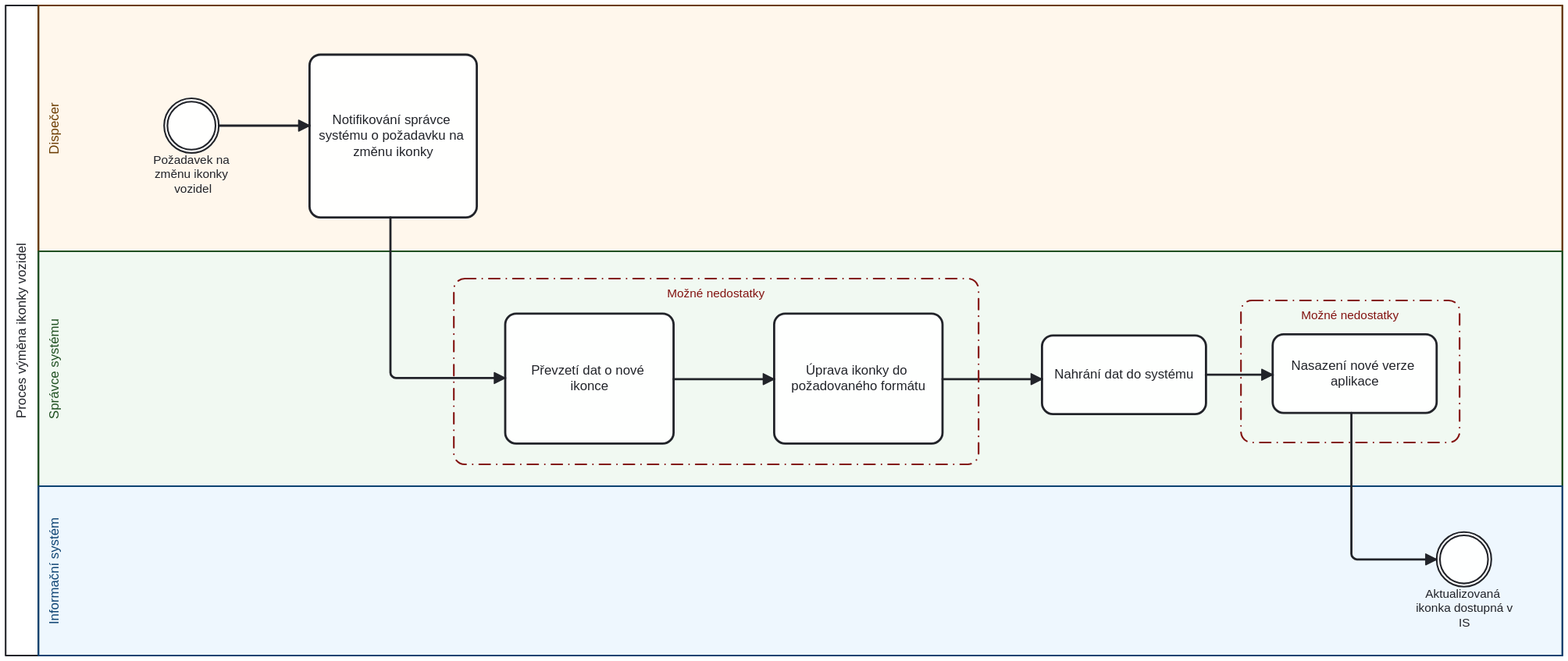
StrangerTwo/bachelor-thesis keeps this BPMN diagram as images/Pr3 Výměna ikonky vozidel.svg. Above is the earlier version. Its source is kept beside it as images/Pr3 Výměna ikonky vozidel.bpmn. Ids are renumbered. Source of this version:
```xml
<definitions xmlns="http://www.omg.org/spec/BPMN/20100524/MODEL" xmlns:bpmndi="http://www.omg.org/spec/BPMN/20100524/DI" xmlns:di="http://www.omg.org/spec/DD/20100524/DI" xmlns:dc="http://www.omg.org/spec/DD/20100524/DC" xmlns:bioc="http://bpmn.io/schema/bpmn/biocolor/1.0" xmlns:color="http://www.omg.org/spec/BPMN/non-normative/color/1.0" id="Definitions_Online_Order_Fulfillment" targetNamespace="http://example.com/bpmn" exporter="bpmn-js (https://demo.bpmn.io)" exporterVersion="18.12.0">
  <message id="Message_Online_Order_Fulfillment" name="Online Order Fulfillment" />
  <collaboration id="Collaboration_Online_Order_Fulfillment">
    <participant id="Participant_Proces_aktualizace_dat_j_zdn_ch___d_" name="Proces výměna ikonky vozidel" processRef="Process_Proces_aktualizace_dat_j_zdn_ch___d_" />
    <group id="Group_n1" categoryValueRef="CategoryValue_n2" />
    <group id="Group_n3" categoryValueRef="CategoryValue_n4" />
  </collaboration>
  <process id="Process_Proces_aktualizace_dat_j_zdn_ch___d_" isExecutable="true">
    <laneSet id="LaneSet_Proces_aktualizace_dat_j_zdn_ch___d_">
      <lane id="Lane_Dopravce" name="Dispečer">
        <flowNodeRef>Informov_n__spr_vce_syst_mu_o_zm_n__j_zdn_ch___d_</flowNodeRef>
        <flowNodeRef>Zm_na_j_zdn_ho___du</flowNodeRef>
      </lane>
      <lane id="Lane_Spr_vce_syst_mu" name="Správce systému">
        <flowNodeRef>P_evzet__informace_o_zm_n__j_zdn_ho___du</flowNodeRef>
        <flowNodeRef>Activity_n5</flowNodeRef>
        <flowNodeRef>Nahr_n__dat_do_syst_mu</flowNodeRef>
        <flowNodeRef>Nasazen__nov__verze_aplikace</flowNodeRef>
      </lane>
      <lane id="Lane_Informa_n__syst_m" name="Informační systém">
        <flowNodeRef>Aktualizovan__data_j_zdn_ch___d__dostupn__v_IS</flowNodeRef>
      </lane>
    </laneSet>
    <sequenceFlow id="Flow_rel-Zm_na_j_zdn_ho___du-Informov_n__spr_vce_syst_mu_o_zm_n__j_zdn_ch___d_-forward" sourceRef="Zm_na_j_zdn_ho___du" targetRef="Informov_n__spr_vce_syst_mu_o_zm_n__j_zdn_ch___d_" />
    <sequenceFlow id="Flow_rel-Informov_n__spr_vce_syst_mu_o_zm_n__j_zdn_ch___d_-P_evzet__informace_o_zm_n__j_zdn_ho___du-forward" sourceRef="Informov_n__spr_vce_syst_mu_o_zm_n__j_zdn_ch___d_" targetRef="P_evzet__informace_o_zm_n__j_zdn_ho___du" />
    <sequenceFlow id="Flow_rel-Nahr_n__dat_do_syst_mu-Nasazen__nov__verze_aplikace-forward" sourceRef="Nahr_n__dat_do_syst_mu" targetRef="Nasazen__nov__verze_aplikace" />
    <sequenceFlow id="Flow_rel-Nasazen__nov__verze_aplikace-Aktualizovan__data_j_zdn_ch___d__dostupn__v_IS-forward" sourceRef="Nasazen__nov__verze_aplikace" targetRef="Aktualizovan__data_j_zdn_ch___d__dostupn__v_IS" />
    <task id="Informov_n__spr_vce_syst_mu_o_zm_n__j_zdn_ch___d_" name="Notifikování správce systému o požadavku na změnu ikonky" />
    <sequenceFlow id="Flow_n6" sourceRef="P_evzet__informace_o_zm_n__j_zdn_ho___du" targetRef="Activity_n5" />
    <sequenceFlow id="Flow_n7" sourceRef="Activity_n5" targetRef="Nahr_n__dat_do_syst_mu" />
    <task id="P_evzet__informace_o_zm_n__j_zdn_ho___du" name="Převzetí dat o nové ikonce">
      <outgoing>Flow_n6</outgoing>
    </task>
    <task id="Activity_n5" name="Úprava ikonky do požadovaného formátu">
      <incoming>Flow_n6</incoming>
      <outgoing>Flow_n7</outgoing>
    </task>
    <task id="Nahr_n__dat_do_syst_mu" name="Nahrání dat do systému">
      <incoming>Flow_n7</incoming>
    </task>
    <task id="Nasazen__nov__verze_aplikace" name="Nasazení nové verze aplikace" />
    <intermediateCatchEvent id="Aktualizovan__data_j_zdn_ch___d__dostupn__v_IS" name="Aktualizovaná ikonka dostupná v IS" />
    <intermediateCatchEvent id="Zm_na_j_zdn_ho___du" name="Požadavek na změnu ikonky vozidel" />
  </process>
  <category id="Category_n8">
    <categoryValue id="CategoryValue_n2" value="Možné nedostatky" />
  </category>
  <category id="Category_n9">
    <categoryValue id="CategoryValue_n4" value="Možné nedostatky" />
  </category>
  <bpmndi:BPMNDiagram id="BPMNDiagram_1">
    <bpmndi:BPMNPlane id="BPMNPlane_1" bpmnElement="Collaboration_Online_Order_Fulfillment">
      <bpmndi:BPMNShape id="Participant_Proces_aktualizace_dat_j_zdn_ch___d__di" bpmnElement="Participant_Proces_aktualizace_dat_j_zdn_ch___d_" isHorizontal="true">
        <dc:Bounds x="130" y="60" width="1424" height="595" />
        <bpmndi:BPMNLabel />
      </bpmndi:BPMNShape>
      <bpmndi:BPMNShape id="LaneShape_Dopravce" bpmnElement="Lane_Dopravce" isHorizontal="true" bioc:stroke="#6b3c00" bioc:fill="#ffe0b2" color:background-color="#ffe0b2" color:border-color="#6b3c00">
        <dc:Bounds x="160" y="60" width="1394" height="225" />
        <bpmndi:BPMNLabel />
      </bpmndi:BPMNShape>
      <bpmndi:BPMNShape id="LaneShape_Spr_vce_syst_mu" bpmnElement="Lane_Spr_vce_syst_mu" isHorizontal="true" bioc:stroke="#205022" bioc:fill="#c8e6c9" color:background-color="#c8e6c9" color:border-color="#205022">
        <dc:Bounds x="160" y="285" width="1394" height="215" />
      </bpmndi:BPMNShape>
      <bpmndi:BPMNShape id="LaneShape_Informa_n__syst_m" bpmnElement="Lane_Informa_n__syst_m" isHorizontal="true" bioc:stroke="#0d4372" bioc:fill="#bbdefb" color:background-color="#bbdefb" color:border-color="#0d4372">
        <dc:Bounds x="160" y="500" width="1394" height="155" />
      </bpmndi:BPMNShape>
      <bpmndi:BPMNShape id="Shape_Informov_n__spr_vce_syst_mu_o_zm_n__j_zdn_ch___d_" bpmnElement="Informov_n__spr_vce_syst_mu_o_zm_n__j_zdn_ch___d_">
        <dc:Bounds x="408" y="105" width="153" height="149" />
        <bpmndi:BPMNLabel />
      </bpmndi:BPMNShape>
      <bpmndi:BPMNShape id="Shape_P_evzet__informace_o_zm_n__j_zdn_ho___du" bpmnElement="P_evzet__informace_o_zm_n__j_zdn_ho___du">
        <dc:Bounds x="587" y="342" width="154" height="119" />
        <bpmndi:BPMNLabel />
      </bpmndi:BPMNShape>
      <bpmndi:BPMNShape id="BPMNShape_n10" bpmnElement="Activity_n5">
        <dc:Bounds x="833" y="342" width="154" height="119" />
        <bpmndi:BPMNLabel />
      </bpmndi:BPMNShape>
      <bpmndi:BPMNShape id="Shape_Nahr_n__dat_do_syst_mu" bpmnElement="Nahr_n__dat_do_syst_mu">
        <dc:Bounds x="1078" y="362" width="150" height="72" />
      </bpmndi:BPMNShape>
      <bpmndi:BPMNShape id="Shape_Nasazen__nov__verze_aplikace" bpmnElement="Nasazen__nov__verze_aplikace">
        <dc:Bounds x="1289" y="361" width="150" height="72" />
      </bpmndi:BPMNShape>
      <bpmndi:BPMNShape id="Shape_Aktualizovan__data_j_zdn_ch___d__dostupn__v_IS" bpmnElement="Aktualizovan__data_j_zdn_ch___d__dostupn__v_IS">
        <dc:Bounds x="1439" y="542" width="50" height="50" />
        <bpmndi:BPMNLabel>
          <dc:Bounds x="1420" y="592" width="89" height="40" />
        </bpmndi:BPMNLabel>
      </bpmndi:BPMNShape>
      <bpmndi:BPMNShape id="Shape_Zm_na_j_zdn_ho___du" bpmnElement="Zm_na_j_zdn_ho___du">
        <dc:Bounds x="275" y="145" width="50" height="50" />
        <bpmndi:BPMNLabel>
          <dc:Bounds x="265" y="195" width="73" height="40" />
        </bpmndi:BPMNLabel>
      </bpmndi:BPMNShape>
      <bpmndi:BPMNEdge id="Edge_Flow_rel-Zm_na_j_zdn_ho___du-Informov_n__spr_vce_syst_mu_o_zm_n__j_zdn_ch___d_-forward" bpmnElement="Flow_rel-Zm_na_j_zdn_ho___du-Informov_n__spr_vce_syst_mu_o_zm_n__j_zdn_ch___d_-forward">
        <di:waypoint x="325" y="170" />
        <di:waypoint x="408" y="170" />
      </bpmndi:BPMNEdge>
      <bpmndi:BPMNEdge id="Edge_Flow_rel-Informov_n__spr_vce_syst_mu_o_zm_n__j_zdn_ch___d_-P_evzet__informace_o_zm_n__j_zdn_ho___du-forward" bpmnElement="Flow_rel-Informov_n__spr_vce_syst_mu_o_zm_n__j_zdn_ch___d_-P_evzet__informace_o_zm_n__j_zdn_ho___du-forward">
        <di:waypoint x="482" y="254" />
        <di:waypoint x="482" y="401" />
        <di:waypoint x="587" y="401" />
      </bpmndi:BPMNEdge>
      <bpmndi:BPMNEdge id="Edge_Flow_rel-Nahr_n__dat_do_syst_mu-Nasazen__nov__verze_aplikace-forward" bpmnElement="Flow_rel-Nahr_n__dat_do_syst_mu-Nasazen__nov__verze_aplikace-forward">
        <di:waypoint x="1228" y="398" />
        <di:waypoint x="1289" y="398" />
      </bpmndi:BPMNEdge>
      <bpmndi:BPMNEdge id="Edge_Flow_rel-Nasazen__nov__verze_aplikace-Aktualizovan__data_j_zdn_ch___d__dostupn__v_IS-forward" bpmnElement="Flow_rel-Nasazen__nov__verze_aplikace-Aktualizovan__data_j_zdn_ch___d__dostupn__v_IS-forward">
        <di:waypoint x="1361" y="433" />
        <di:waypoint x="1361" y="567" />
        <di:waypoint x="1439" y="567" />
      </bpmndi:BPMNEdge>
      <bpmndi:BPMNEdge id="Flow_n6_di" bpmnElement="Flow_n6">
        <di:waypoint x="741" y="402" />
        <di:waypoint x="833" y="402" />
      </bpmndi:BPMNEdge>
      <bpmndi:BPMNEdge id="Flow_n7_di" bpmnElement="Flow_n7">
        <di:waypoint x="987" y="402" />
        <di:waypoint x="1078" y="402" />
      </bpmndi:BPMNEdge>
      <bpmndi:BPMNShape id="BPMNShape_n11" bpmnElement="Group_n3" bioc:stroke="#831311" bioc:fill="#ffcdd2" color:background-color="#ffcdd2" color:border-color="#831311">
        <dc:Bounds x="540" y="310" width="480" height="170" />
        <bpmndi:BPMNLabel>
          <dc:Bounds x="735" y="317" width="90" height="14" />
        </bpmndi:BPMNLabel>
      </bpmndi:BPMNShape>
      <bpmndi:BPMNShape id="Group_n1_di" bpmnElement="Group_n1" bioc:stroke="#831311" bioc:fill="#ffcdd2" color:background-color="#ffcdd2" color:border-color="#831311">
        <dc:Bounds x="1260" y="330" width="200" height="130" />
        <bpmndi:BPMNLabel>
          <dc:Bounds x="1315" y="337" width="90" height="14" />
        </bpmndi:BPMNLabel>
      </bpmndi:BPMNShape>
    </bpmndi:BPMNPlane>
  </bpmndi:BPMNDiagram>
</definitions>
```
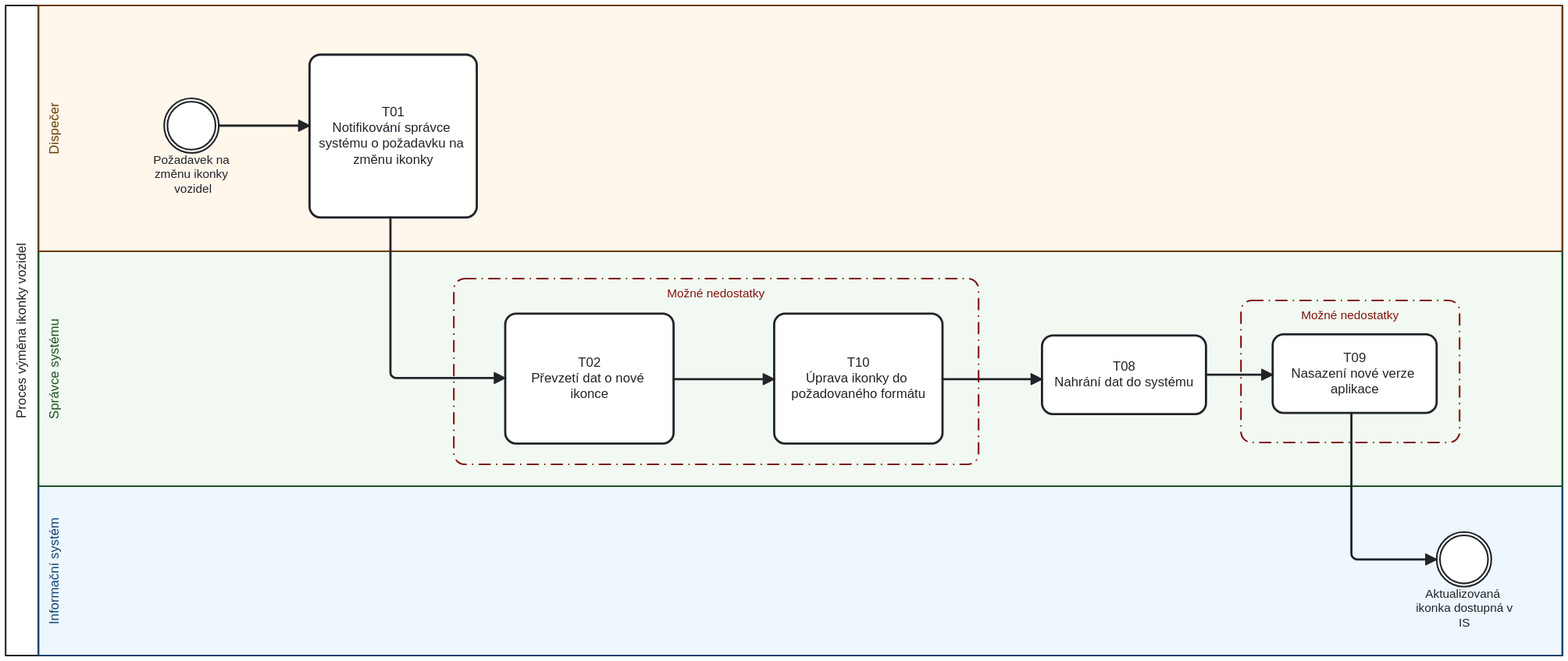
The same diagram one commit later.

What changed in the source:
```diff
@@ -1,4 +1,4 @@
-<definitions xmlns="http://www.omg.org/spec/BPMN/20100524/MODEL" xmlns:bpmndi="http://www.omg.org/spec/BPMN/20100524/DI" xmlns:di="http://www.omg.org/spec/DD/20100524/DI" xmlns:dc="http://www.omg.org/spec/DD/20100524/DC" xmlns:bioc="http://bpmn.io/schema/bpmn/biocolor/1.0" xmlns:color="http://www.omg.org/spec/BPMN/non-normative/color/1.0" id="Definitions_Online_Order_Fulfillment" targetNamespace="http://example.com/bpmn" exporter="bpmn-js (https://demo.bpmn.io)" exporterVersion="18.12.0">
+<definitions xmlns="http://www.omg.org/spec/BPMN/20100524/MODEL" xmlns:bpmndi="http://www.omg.org/spec/BPMN/20100524/DI" xmlns:di="http://www.omg.org/spec/DD/20100524/DI" xmlns:dc="http://www.omg.org/spec/DD/20100524/DC" xmlns:bioc="http://bpmn.io/schema/bpmn/biocolor/1.0" xmlns:color="http://www.omg.org/spec/BPMN/non-normative/color/1.0" id="Definitions_Online_Order_Fulfillment" targetNamespace="http://example.com/bpmn" exporter="bpmn-js (https://demo.bpmn.io)" exporterVersion="18.13.1">
   <message id="Message_Online_Order_Fulfillment" name="Online Order Fulfillment" />
   <collaboration id="Collaboration_Online_Order_Fulfillment">
     <participant id="Participant_Proces_aktualizace_dat_j_zdn_ch___d_" name="Proces výměna ikonky vozidel" processRef="Process_Proces_aktualizace_dat_j_zdn_ch___d_" />
@@ -25,20 +25,20 @@
     <sequenceFlow id="Flow_rel-Informov_n__spr_vce_syst_mu_o_zm_n__j_zdn_ch___d_-P_evzet__informace_o_zm_n__j_zdn_ho___du-forward" sourceRef="Informov_n__spr_vce_syst_mu_o_zm_n__j_zdn_ch___d_" targetRef="P_evzet__informace_o_zm_n__j_zdn_ho___du" />
     <sequenceFlow id="Flow_rel-Nahr_n__dat_do_syst_mu-Nasazen__nov__verze_aplikace-forward" sourceRef="Nahr_n__dat_do_syst_mu" targetRef="Nasazen__nov__verze_aplikace" />
     <sequenceFlow id="Flow_rel-Nasazen__nov__verze_aplikace-Aktualizovan__data_j_zdn_ch___d__dostupn__v_IS-forward" sourceRef="Nasazen__nov__verze_aplikace" targetRef="Aktualizovan__data_j_zdn_ch___d__dostupn__v_IS" />
-    <task id="Informov_n__spr_vce_syst_mu_o_zm_n__j_zdn_ch___d_" name="Notifikování správce systému o požadavku na změnu ikonky" />
+    <task id="Informov_n__spr_vce_syst_mu_o_zm_n__j_zdn_ch___d_" name="T01&#10;Notifikování správce systému o požadavku na změnu ikonky" />
     <sequenceFlow id="Flow_n6" sourceRef="P_evzet__informace_o_zm_n__j_zdn_ho___du" targetRef="Activity_n5" />
     <sequenceFlow id="Flow_n7" sourceRef="Activity_n5" targetRef="Nahr_n__dat_do_syst_mu" />
-    <task id="P_evzet__informace_o_zm_n__j_zdn_ho___du" name="Převzetí dat o nové ikonce">
+    <task id="P_evzet__informace_o_zm_n__j_zdn_ho___du" name="T02&#10;Převzetí dat o nové ikonce">
       <outgoing>Flow_n6</outgoing>
     </task>
-    <task id="Activity_n5" name="Úprava ikonky do požadovaného formátu">
+    <task id="Activity_n5" name="T10&#10;Úprava ikonky do požadovaného formátu">
       <incoming>Flow_n6</incoming>
       <outgoing>Flow_n7</outgoing>
     </task>
-    <task id="Nahr_n__dat_do_syst_mu" name="Nahrání dat do systému">
+    <task id="Nahr_n__dat_do_syst_mu" name="T08&#10;Nahrání dat do systému">
       <incoming>Flow_n7</incoming>
     </task>
-    <task id="Nasazen__nov__verze_aplikace" name="Nasazení nové verze aplikace" />
+    <task id="Nasazen__nov__verze_aplikace" name="T09&#10;Nasazení nové verze aplikace" />
     <intermediateCatchEvent id="Aktualizovan__data_j_zdn_ch___d__dostupn__v_IS" name="Aktualizovaná ikonka dostupná v IS" />
     <intermediateCatchEvent id="Zm_na_j_zdn_ho___du" name="Požadavek na změnu ikonky vozidel" />
   </process>
@@ -54,15 +54,15 @@
         <dc:Bounds x="130" y="60" width="1424" height="595" />
         <bpmndi:BPMNLabel />
       </bpmndi:BPMNShape>
-      <bpmndi:BPMNShape id="LaneShape_Dopravce" bpmnElement="Lane_Dopravce" isHorizontal="true" bioc:stroke="#6b3c00" bioc:fill="#ffe0b2" color:background-color="#ffe0b2" color:border-color="#6b3c00">
-        <dc:Bounds x="160" y="60" width="1394" height="225" />
-        <bpmndi:BPMNLabel />
+      <bpmndi:BPMNShape id="LaneShape_Informa_n__syst_m" bpmnElement="Lane_Informa_n__syst_m" isHorizontal="true" bioc:stroke="#0d4372" bioc:fill="#bbdefb" color:background-color="#bbdefb" color:border-color="#0d4372">
+        <dc:Bounds x="160" y="500" width="1394" height="155" />
       </bpmndi:BPMNShape>
       <bpmndi:BPMNShape id="LaneShape_Spr_vce_syst_mu" bpmnElement="Lane_Spr_vce_syst_mu" isHorizontal="true" bioc:stroke="#205022" bioc:fill="#c8e6c9" color:background-color="#c8e6c9" color:border-color="#205022">
         <dc:Bounds x="160" y="285" width="1394" height="215" />
       </bpmndi:BPMNShape>
-      <bpmndi:BPMNShape id="LaneShape_Informa_n__syst_m" bpmnElement="Lane_Informa_n__syst_m" isHorizontal="true" bioc:stroke="#0d4372" bioc:fill="#bbdefb" color:background-color="#bbdefb" color:border-color="#0d4372">
-        <dc:Bounds x="160" y="500" width="1394" height="155" />
+      <bpmndi:BPMNShape id="LaneShape_Dopravce" bpmnElement="Lane_Dopravce" isHorizontal="true" bioc:stroke="#6b3c00" bioc:fill="#ffe0b2" color:background-color="#ffe0b2" color:border-color="#6b3c00">
+        <dc:Bounds x="160" y="60" width="1394" height="225" />
+        <bpmndi:BPMNLabel />
       </bpmndi:BPMNShape>
       <bpmndi:BPMNShape id="Shape_Informov_n__spr_vce_syst_mu_o_zm_n__j_zdn_ch___d_" bpmnElement="Informov_n__spr_vce_syst_mu_o_zm_n__j_zdn_ch___d_">
         <dc:Bounds x="408" y="105" width="153" height="149" />
@@ -78,9 +78,11 @@
       </bpmndi:BPMNShape>
       <bpmndi:BPMNShape id="Shape_Nahr_n__dat_do_syst_mu" bpmnElement="Nahr_n__dat_do_syst_mu">
         <dc:Bounds x="1078" y="362" width="150" height="72" />
+        <bpmndi:BPMNLabel />
       </bpmndi:BPMNShape>
       <bpmndi:BPMNShape id="Shape_Nasazen__nov__verze_aplikace" bpmnElement="Nasazen__nov__verze_aplikace">
         <dc:Bounds x="1289" y="361" width="150" height="72" />
+        <bpmndi:BPMNLabel />
       </bpmndi:BPMNShape>
       <bpmndi:BPMNShape id="Shape_Aktualizovan__data_j_zdn_ch___d__dostupn__v_IS" bpmnElement="Aktualizovan__data_j_zdn_ch___d__dostupn__v_IS">
         <dc:Bounds x="1439" y="542" width="50" height="50" />
@@ -120,18 +122,18 @@
         <di:waypoint x="987" y="402" />
         <di:waypoint x="1078" y="402" />
       </bpmndi:BPMNEdge>
+      <bpmndi:BPMNShape id="Group_n1_di" bpmnElement="Group_n1" bioc:stroke="#831311" bioc:fill="#ffcdd2" color:background-color="#ffcdd2" color:border-color="#831311">
+        <dc:Bounds x="1260" y="330" width="200" height="130" />
+        <bpmndi:BPMNLabel>
+          <dc:Bounds x="1315" y="337" width="90" height="14" />
+        </bpmndi:BPMNLabel>
+      </bpmndi:BPMNShape>
       <bpmndi:BPMNShape id="BPMNShape_n11" bpmnElement="Group_n3" bioc:stroke="#831311" bioc:fill="#ffcdd2" color:background-color="#ffcdd2" color:border-color="#831311">
         <dc:Bounds x="540" y="310" width="480" height="170" />
         <bpmndi:BPMNLabel>
           <dc:Bounds x="735" y="317" width="90" height="14" />
         </bpmndi:BPMNLabel>
       </bpmndi:BPMNShape>
-      <bpmndi:BPMNShape id="Group_n1_di" bpmnElement="Group_n1" bioc:stroke="#831311" bioc:fill="#ffcdd2" color:background-color="#ffcdd2" color:border-color="#831311">
-        <dc:Bounds x="1260" y="330" width="200" height="130" />
-        <bpmndi:BPMNLabel>
-          <dc:Bounds x="1315" y="337" width="90" height="14" />
-        </bpmndi:BPMNLabel>
-      </bpmndi:BPMNShape>
     </bpmndi:BPMNPlane>
   </bpmndi:BPMNDiagram>
 </definitions>
```
